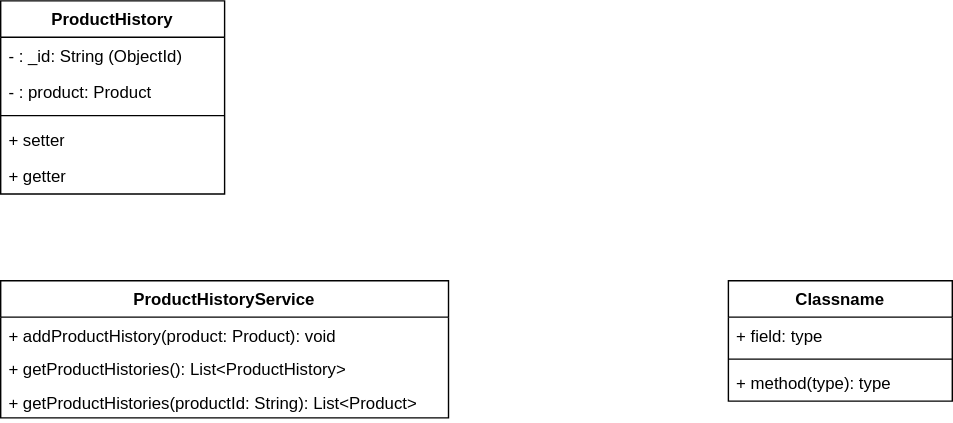
Before: drawio/product-history-service-uml.drawio.svg, a diagram exported from draw.io (smruti-banty/stock-management). Source tidied: cells renumbered, new cells last; positions are measured from the earlier drawing's top-left corner, leaving out a move shared by most shapes.
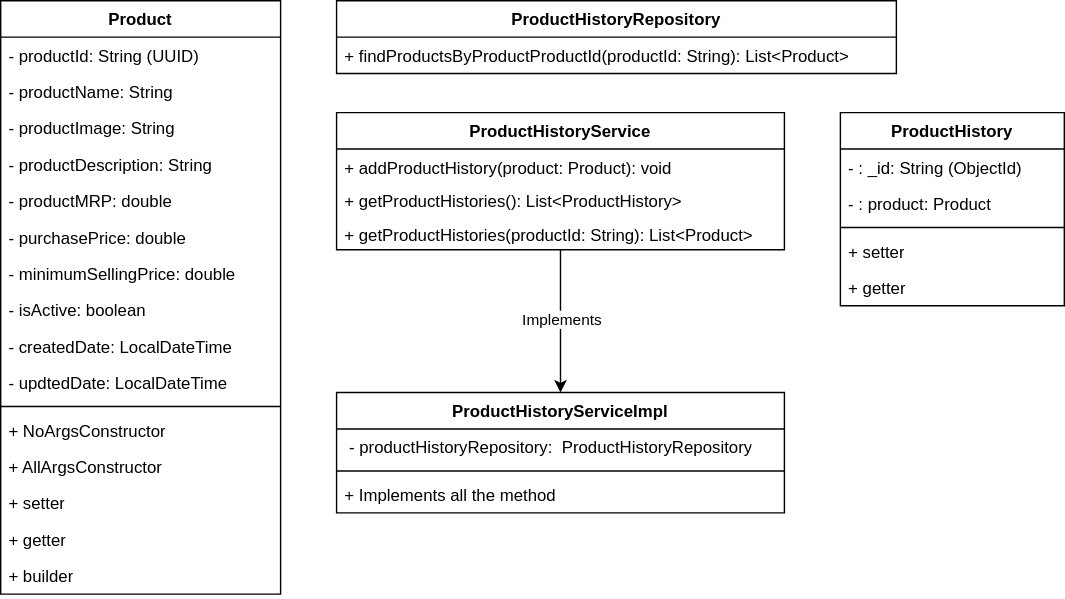
After the commit.

Commit message:
Update product-history-service-uml

The edit, as a diff of the source:
```diff
@@ -3,7 +3,7 @@
     <mxCell id="0" />
     <mxCell id="1" parent="0" />
     <mxCell id="2" value="ProductHistory" style="swimlane;fontStyle=1;align=center;verticalAlign=top;horizontal=1;startSize=26;whiteSpace=wrap;html=1;" parent="1" vertex="1">
-      <mxGeometry width="160" height="138" as="geometry" />
+      <mxGeometry x="560" y="160" width="160" height="138" as="geometry" />
     </mxCell>
     <mxCell id="3" value="- : _id: String (ObjectId)" style="text;strokeColor=none;fillColor=none;align=left;verticalAlign=top;spacingLeft=4;spacingRight=4;overflow=hidden;whiteSpace=wrap;html=1;" parent="2" vertex="1">
       <mxGeometry y="26" width="160" height="26" as="geometry" />
@@ -20,8 +20,14 @@
     <mxCell id="7" value="+ getter" style="text;strokeColor=none;fillColor=none;align=left;verticalAlign=top;spacingLeft=4;spacingRight=4;overflow=hidden;whiteSpace=wrap;html=1;" parent="2" vertex="1">
       <mxGeometry y="112" width="160" height="26" as="geometry" />
     </mxCell>
+    <mxCell id="16" style="edgeStyle=orthogonalEdgeStyle;rounded=0;jettySize=auto;html=1;entryX=0.5;entryY=0;entryDx=0;entryDy=0;" parent="1" edge="1" source="8" target="12">
+      <mxGeometry relative="1" as="geometry" />
+    </mxCell>
+    <mxCell id="17" value="Implements" style="edgeLabel;html=1;align=center;verticalAlign=middle;" parent="16" vertex="1">
+      <mxGeometry x="-0.04" relative="1" as="geometry" />
+    </mxCell>
     <mxCell id="8" value="ProductHistoryService&lt;br&gt;" style="swimlane;fontStyle=1;align=center;verticalAlign=top;horizontal=1;startSize=26;whiteSpace=wrap;html=1;" parent="1" vertex="1">
-      <mxGeometry y="200" width="320" height="98" as="geometry" />
+      <mxGeometry x="200" y="160" width="320" height="98" as="geometry" />
     </mxCell>
     <mxCell id="9" value="+ addProductHistory(product: Product): void" style="text;strokeColor=none;fillColor=none;align=left;verticalAlign=top;spacingLeft=4;spacingRight=4;overflow=hidden;whiteSpace=wrap;html=1;" parent="8" vertex="1">
       <mxGeometry y="26" width="320" height="24" as="geometry" />
@@ -32,17 +38,74 @@
     <mxCell id="11" value="+ getProductHistories(productId: String): List&amp;lt;Product&amp;gt;" style="text;strokeColor=none;fillColor=none;align=left;verticalAlign=top;spacingLeft=4;spacingRight=4;overflow=hidden;whiteSpace=wrap;html=1;" parent="8" vertex="1">
       <mxGeometry y="74" width="320" height="24" as="geometry" />
     </mxCell>
-    <mxCell id="12" value="Classname" style="swimlane;fontStyle=1;align=center;verticalAlign=top;horizontal=1;startSize=26;whiteSpace=wrap;html=1;" parent="1" vertex="1">
-      <mxGeometry x="520" y="200" width="160" height="86" as="geometry" />
+    <mxCell id="12" value="ProductHistoryServiceImpl" style="swimlane;fontStyle=1;align=center;verticalAlign=top;horizontal=1;startSize=26;whiteSpace=wrap;html=1;" parent="1" vertex="1">
+      <mxGeometry x="200" y="360" width="320" height="86" as="geometry" />
     </mxCell>
-    <mxCell id="13" value="+ field: type" style="text;strokeColor=none;fillColor=none;align=left;verticalAlign=top;spacingLeft=4;spacingRight=4;overflow=hidden;whiteSpace=wrap;html=1;" parent="12" vertex="1">
-      <mxGeometry y="26" width="160" height="26" as="geometry" />
+    <mxCell id="13" value="&amp;nbsp;- productHistoryRepository:&amp;nbsp;&amp;nbsp;ProductHistoryRepository" style="text;strokeColor=none;fillColor=none;align=left;verticalAlign=top;spacingLeft=4;spacingRight=4;overflow=hidden;whiteSpace=wrap;html=1;" parent="12" vertex="1">
+      <mxGeometry y="26" width="320" height="26" as="geometry" />
     </mxCell>
     <mxCell id="14" style="line;strokeWidth=1;fillColor=none;align=left;verticalAlign=middle;spacingTop=-1;spacingLeft=3;spacingRight=3;labelPosition=right;strokeColor=inherit;" parent="12" vertex="1">
-      <mxGeometry y="52" width="160" height="8" as="geometry" />
+      <mxGeometry y="52" width="320" height="8" as="geometry" />
     </mxCell>
-    <mxCell id="15" value="+ method(type): type" style="text;strokeColor=none;fillColor=none;align=left;verticalAlign=top;spacingLeft=4;spacingRight=4;overflow=hidden;whiteSpace=wrap;html=1;" parent="12" vertex="1">
-      <mxGeometry y="60" width="160" height="26" as="geometry" />
+    <mxCell id="15" value="+ Implements all the method" style="text;strokeColor=none;fillColor=none;align=left;verticalAlign=top;spacingLeft=4;spacingRight=4;overflow=hidden;whiteSpace=wrap;html=1;" parent="12" vertex="1">
+      <mxGeometry y="60" width="320" height="26" as="geometry" />
     </mxCell>
+    <mxCell id="18" value="Product" style="swimlane;fontStyle=1;align=center;verticalAlign=top;horizontal=1;startSize=26;whiteSpace=wrap;html=1;" parent="1" vertex="1">
+      <mxGeometry x="-40" y="80" width="200" height="424" as="geometry" />
+    </mxCell>
+    <mxCell id="19" value="- productId: String (UUID)" style="text;strokeColor=none;fillColor=none;align=left;verticalAlign=top;spacingLeft=4;spacingRight=4;overflow=hidden;whiteSpace=wrap;html=1;" parent="18" vertex="1">
+      <mxGeometry y="26" width="200" height="26" as="geometry" />
+    </mxCell>
+    <mxCell id="20" value="- productName: String" style="text;strokeColor=none;fillColor=none;align=left;verticalAlign=top;spacingLeft=4;spacingRight=4;overflow=hidden;whiteSpace=wrap;html=1;" parent="18" vertex="1">
+      <mxGeometry y="52" width="200" height="26" as="geometry" />
+    </mxCell>
+    <mxCell id="21" value="- productImage: String" style="text;strokeColor=none;fillColor=none;align=left;verticalAlign=top;spacingLeft=4;spacingRight=4;overflow=hidden;whiteSpace=wrap;html=1;" parent="18" vertex="1">
+      <mxGeometry y="78" width="200" height="26" as="geometry" />
+    </mxCell>
+    <mxCell id="22" value="- productDescription: String" style="text;strokeColor=none;fillColor=none;align=left;verticalAlign=top;spacingLeft=4;spacingRight=4;overflow=hidden;whiteSpace=wrap;html=1;" parent="18" vertex="1">
+      <mxGeometry y="104" width="200" height="26" as="geometry" />
+    </mxCell>
+    <mxCell id="23" value="- productMRP: double" style="text;strokeColor=none;fillColor=none;align=left;verticalAlign=top;spacingLeft=4;spacingRight=4;overflow=hidden;whiteSpace=wrap;html=1;" parent="18" vertex="1">
+      <mxGeometry y="130" width="200" height="26" as="geometry" />
+    </mxCell>
+    <mxCell id="24" value="- purchasePrice: double" style="text;strokeColor=none;fillColor=none;align=left;verticalAlign=top;spacingLeft=4;spacingRight=4;overflow=hidden;whiteSpace=wrap;html=1;" parent="18" vertex="1">
+      <mxGeometry y="156" width="200" height="26" as="geometry" />
+    </mxCell>
+    <mxCell id="25" value="- minimumSellingPrice: double" style="text;strokeColor=none;fillColor=none;align=left;verticalAlign=top;spacingLeft=4;spacingRight=4;overflow=hidden;whiteSpace=wrap;html=1;" parent="18" vertex="1">
+      <mxGeometry y="182" width="200" height="26" as="geometry" />
+    </mxCell>
+    <mxCell id="26" value="- isActive: boolean" style="text;strokeColor=none;fillColor=none;align=left;verticalAlign=top;spacingLeft=4;spacingRight=4;overflow=hidden;whiteSpace=wrap;html=1;" parent="18" vertex="1">
+      <mxGeometry y="208" width="200" height="26" as="geometry" />
+    </mxCell>
+    <mxCell id="27" value="- createdDate: LocalDateTime" style="text;strokeColor=none;fillColor=none;align=left;verticalAlign=top;spacingLeft=4;spacingRight=4;overflow=hidden;whiteSpace=wrap;html=1;" parent="18" vertex="1">
+      <mxGeometry y="234" width="200" height="26" as="geometry" />
+    </mxCell>
+    <mxCell id="28" value="- updtedDate: LocalDateTime" style="text;strokeColor=none;fillColor=none;align=left;verticalAlign=top;spacingLeft=4;spacingRight=4;overflow=hidden;whiteSpace=wrap;html=1;" parent="18" vertex="1">
+      <mxGeometry y="260" width="200" height="26" as="geometry" />
+    </mxCell>
+    <mxCell id="29" style="line;strokeWidth=1;fillColor=none;align=left;verticalAlign=middle;spacingTop=-1;spacingLeft=3;spacingRight=3;labelPosition=right;strokeColor=inherit;" parent="18" vertex="1">
+      <mxGeometry y="286" width="200" height="8" as="geometry" />
+    </mxCell>
+    <mxCell id="30" value="+ NoArgsConstructor" style="text;strokeColor=none;fillColor=none;align=left;verticalAlign=top;spacingLeft=4;spacingRight=4;overflow=hidden;whiteSpace=wrap;html=1;" parent="18" vertex="1">
+      <mxGeometry y="294" width="200" height="26" as="geometry" />
+    </mxCell>
+    <mxCell id="31" value="+ AllArgsConstructor" style="text;strokeColor=none;fillColor=none;align=left;verticalAlign=top;spacingLeft=4;spacingRight=4;overflow=hidden;whiteSpace=wrap;html=1;" parent="18" vertex="1">
+      <mxGeometry y="320" width="200" height="26" as="geometry" />
+    </mxCell>
+    <mxCell id="32" value="+ setter" style="text;strokeColor=none;fillColor=none;align=left;verticalAlign=top;spacingLeft=4;spacingRight=4;overflow=hidden;whiteSpace=wrap;html=1;" parent="18" vertex="1">
+      <mxGeometry y="346" width="200" height="26" as="geometry" />
+    </mxCell>
+    <mxCell id="33" value="+ getter" style="text;strokeColor=none;fillColor=none;align=left;verticalAlign=top;spacingLeft=4;spacingRight=4;overflow=hidden;whiteSpace=wrap;html=1;" parent="18" vertex="1">
+      <mxGeometry y="372" width="200" height="26" as="geometry" />
+    </mxCell>
+    <mxCell id="34" value="+ builder" style="text;strokeColor=none;fillColor=none;align=left;verticalAlign=top;spacingLeft=4;spacingRight=4;overflow=hidden;whiteSpace=wrap;html=1;" parent="18" vertex="1">
+      <mxGeometry y="398" width="200" height="26" as="geometry" />
+    </mxCell>
+    <mxCell id="35" value="ProductHistoryRepository" style="swimlane;fontStyle=1;align=center;verticalAlign=top;horizontal=1;startSize=26;whiteSpace=wrap;html=1;" parent="1" vertex="1">
+      <mxGeometry x="200" y="80" width="400" height="52" as="geometry" />
+    </mxCell>
+    <mxCell id="36" value="+ findProductsByProductProductId(productId: String): List&amp;lt;Product&amp;gt;" style="text;strokeColor=none;fillColor=none;align=left;verticalAlign=top;spacingLeft=4;spacingRight=4;overflow=hidden;whiteSpace=wrap;html=1;" parent="35" vertex="1">
+      <mxGeometry y="26" width="400" height="26" as="geometry" />
+    </mxCell>
   </root>
 </mxGraphModel>
```
